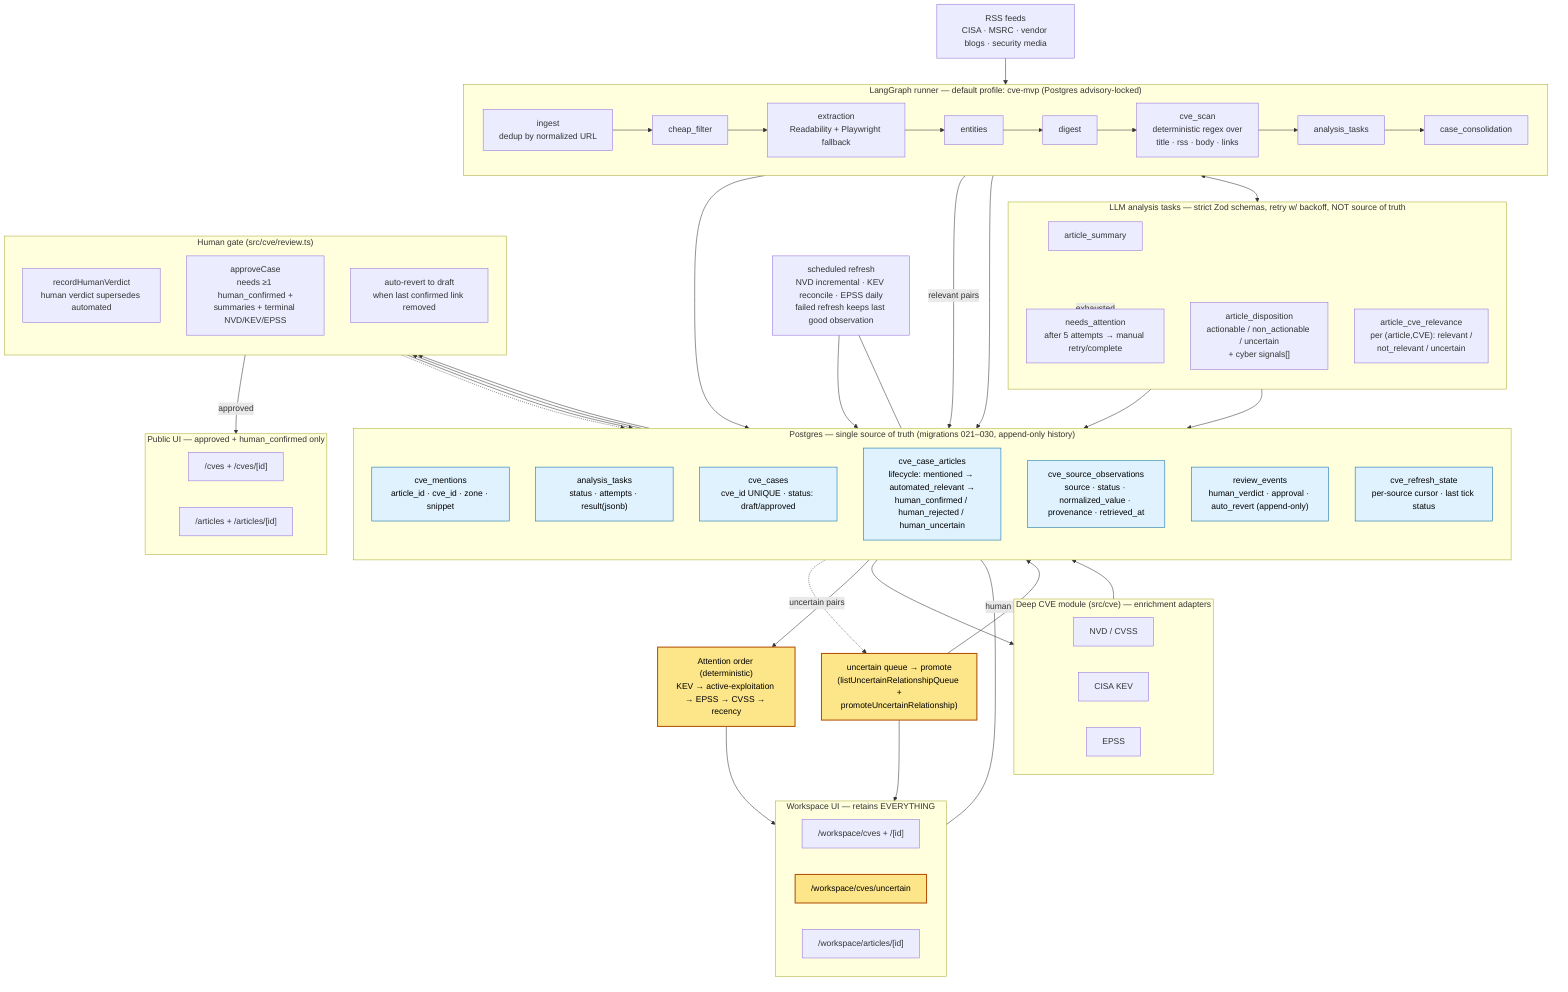
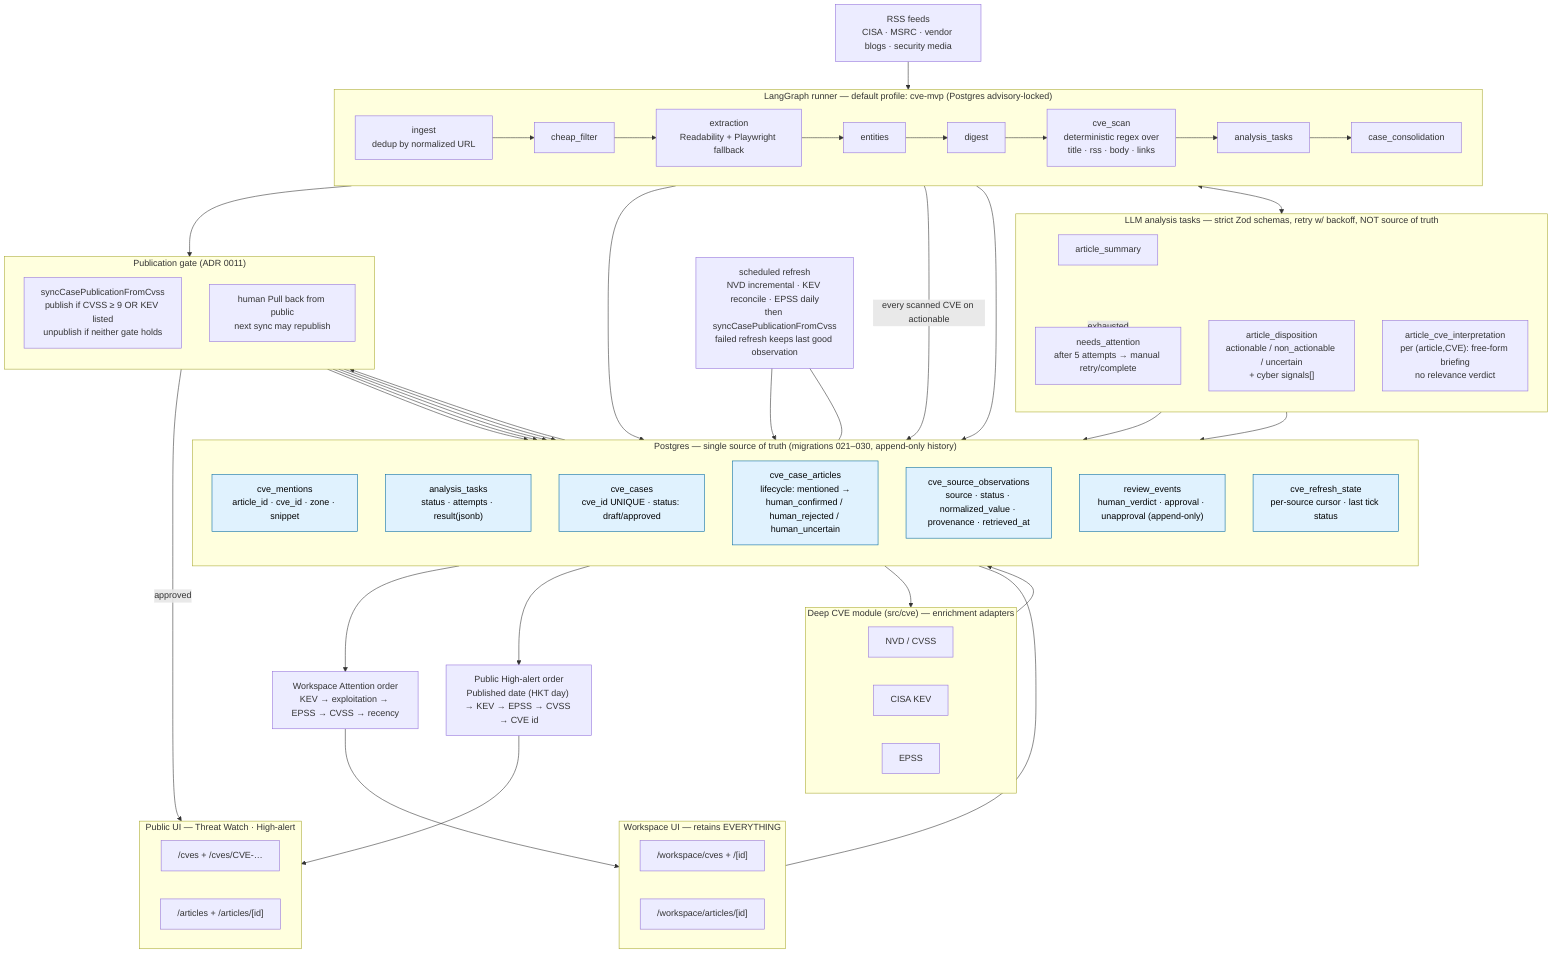
flowchart TB
    RSS["RSS feeds<br/>CISA · MSRC · vendor blogs · security media"]

    subgraph PIPE["LangGraph runner — default profile: cve-mvp (Postgres advisory-locked)"]
      direction LR
      ING["ingest<br/>dedup by normalized URL"] --> FIL["cheap_filter"] --> EXT["extraction<br/>Readability + Playwright fallback"] --> ENT["entities"] --> DIG["digest"] --> SCAN["cve_scan<br/>deterministic regex over<br/>title · rss · body · links"] --> TASKS["analysis_tasks"] --> CONS["case_consolidation"]
    end

    subgraph LLM["LLM analysis tasks — strict Zod schemas, retry w/ backoff, NOT source of truth"]
      direction TB
      SUM["article_summary"]
      DISP["article_disposition<br/>actionable / non_actionable / uncertain<br/>+ cyber signals[]"]
-       REL["article_cve_relevance<br/>per (article,CVE): relevant /<br/>not_relevant / uncertain"]
+       INT["article_cve_interpretation<br/>per (article,CVE): free-form briefing<br/>no relevance verdict"]
      NA["needs_attention<br/>after 5 attempts → manual retry/complete"]
    end

    subgraph DB["Postgres — single source of truth (migrations 021–030, append-only history)"]
      direction TB
      T_MENT["cve_mentions<br/>article_id · cve_id · zone · snippet"]
      T_TASK["analysis_tasks<br/>status · attempts · result(jsonb)"]
      T_CASE["cve_cases<br/>cve_id UNIQUE · status: draft/approved"]
-       T_LINK["cve_case_articles<br/>lifecycle: mentioned → automated_relevant →<br/>human_confirmed / human_rejected / human_uncertain"]
+       T_LINK["cve_case_articles<br/>lifecycle: mentioned →<br/>human_confirmed / human_rejected / human_uncertain"]
      T_OBS["cve_source_observations<br/>source · status · normalized_value · provenance · retrieved_at"]
-       T_REV["review_events<br/>human_verdict · approval · auto_revert (append-only)"]
+       T_REV["review_events<br/>human_verdict · approval · unapproval (append-only)"]
      T_REF["cve_refresh_state<br/>per-source cursor · last tick status"]
    end

    subgraph ENRICH["Deep CVE module (src/cve) — enrichment adapters"]
      direction LR
      NVD["NVD / CVSS"]
      KEV["CISA KEV"]
      EPSS["EPSS"]
    end

-     REFRESH["scheduled refresh<br/>NVD incremental · KEV reconcile · EPSS daily<br/>failed refresh keeps last good observation"]
+     REFRESH["scheduled refresh<br/>NVD incremental · KEV reconcile · EPSS daily<br/>then syncCasePublicationFromCvss<br/>failed refresh keeps last good observation"]

-     subgraph REVIEW["Human gate (src/cve/review.ts)"]
+     subgraph PUBLISH["Publication gate (ADR 0011)"]
      direction TB
-       VERDICT["recordHumanVerdict<br/>human verdict supersedes automated"]
-       APPROVE["approveCase<br/>needs ≥1 human_confirmed +<br/>summaries + terminal NVD/KEV/EPSS"]
-       AUTOREV["auto-revert to draft<br/>when last confirmed link removed"]
+       SYNC["syncCasePublicationFromCvss<br/>publish if CVSS ≥ 9 OR KEV listed<br/>unpublish if neither gate holds"]
+       PULL["human Pull back from public<br/>next sync may republish"]
    end

-     UNC["uncertain queue → promote<br/>(listUncertainRelationshipQueue +<br/>promoteUncertainRelationship)"]:::fix
-     ORD["Attention order (deterministic)<br/>KEV → active-exploitation → EPSS → CVSS → recency"]:::fix
+     ORD_WS["Workspace Attention order<br/>KEV → exploitation → EPSS → CVSS → recency"]
+     ORD_PUB["Public High-alert order<br/>Published date (HKT day) → KEV → EPSS → CVSS → CVE id"]

    subgraph WS["Workspace UI — retains EVERYTHING"]
      direction LR
      WCVE["/workspace/cves + /[id]"]
-       WUNC["/workspace/cves/uncertain"]:::fix
      WART["/workspace/articles/[id]"]
    end

-     subgraph PUB["Public UI — approved + human_confirmed only"]
+     subgraph PUB["Public UI — Threat Watch · High-alert"]
      direction LR
-       PCVE["/cves + /cves/[id]"]
+       PCVE["/cves + /cves/CVE-…"]
      PART["/articles + /articles/[id]"]
    end

    RSS --> ING
    SCAN --> T_MENT
    TASKS <--> LLM
    LLM --> T_TASK
    LLM -.->|exhausted| NA
    NA --> T_TASK
-     CONS -->|relevant pairs| T_CASE
+     CONS -->|every scanned CVE on actionable| T_CASE
    CONS --> T_LINK
-     T_TASK -.->|uncertain pairs| UNC
-     UNC -->|human promote| T_LINK
    T_CASE --> ENRICH
    ENRICH --> T_OBS
    REFRESH --> T_OBS
    REFRESH --- T_REF
-     T_OBS --> ORD
-     T_CASE --> REVIEW
-     T_LINK --> REVIEW
-     REVIEW --> T_REV
-     APPROVE -->|approved| PUB
-     AUTOREV -.-> T_CASE
-     ORD --> WCVE
-     UNC --> WUNC
+     T_OBS --> SYNC
+     CONS --> SYNC
+     SYNC --> T_CASE
+     SYNC --> T_REV
+     PULL --> T_CASE
+     PULL --> T_REV
+     T_OBS --> ORD_WS
+     T_OBS --> ORD_PUB
+     ORD_WS --> WCVE
+     ORD_PUB --> PCVE
+     SYNC -->|approved| PUB
    DB --- WS

-     classDef fix fill:#fde68a,stroke:#b45309,color:#000,stroke-width:2px;
    classDef store fill:#e0f2fe,stroke:#0369a1,color:#000;
    class T_MENT,T_TASK,T_CASE,T_LINK,T_OBS,T_REV,T_REF store;
